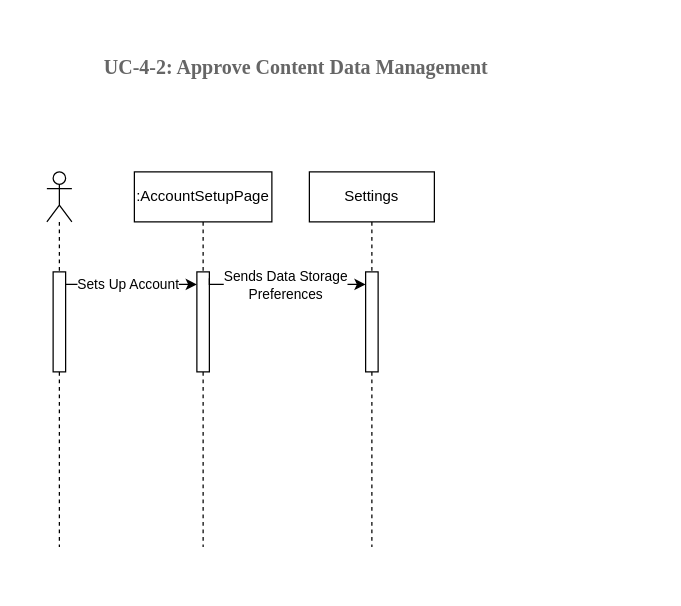
This is SENG 321/SQD4-2.drawio from amirabdullahi1/gold, a draw.io file, before an edit. Source tidied: cells renumbered, new cells numbered last; positions are measured from the earlier drawing's top-left corner, leaving out a move shared by most shapes. Both pictures are drawn from the tidied source at 125%, with x=0, y=0 at pixel (21, 21).
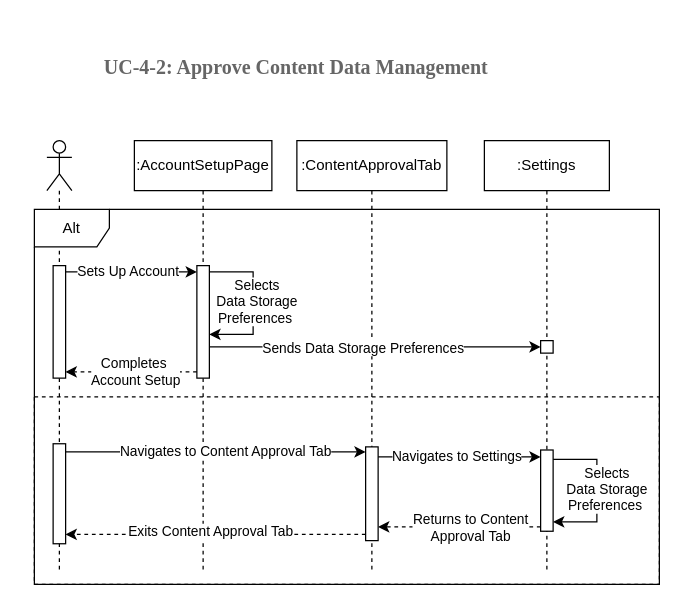
Above is the later version.

What changed in the source:
```diff
@@
+    <mxCell id="13" style="swimlane;startSize=0;dashed=1;" parent="1" vertex="1">
+      <mxGeometry x="10" y="300" width="500" height="150" as="geometry" />
+    </mxCell>
+    <mxCell id="14" value=":ContentApprovalTab" style="shape=umlLifeline;perimeter=lifelinePerimeter;whiteSpace=wrap;html=1;newEdgeStyle={&quot;edgeStyle&quot;:&quot;elbowEdgeStyle&quot;,&quot;elbow&quot;:&quot;vertical&quot;,&quot;curved&quot;:0,&quot;rounded&quot;:0};" parent="1" vertex="1">
+      <mxGeometry x="220" y="95" width="120" height="345" as="geometry" />
+    </mxCell>
+    <mxCell id="15" style="html=1;points=[[0,0,0,0,5],[0,1,0,0,-5],[1,0,0,0,5],[1,1,0,0,-5]];perimeter=orthogonalPerimeter;outlineConnect=0;targetShapes=umlLifeline;portConstraint=eastwest;newEdgeStyle={&quot;curved&quot;:0,&quot;rounded&quot;:0};" parent="14" vertex="1">
+      <mxGeometry x="55" y="245" width="10" height="75" as="geometry" />
+    </mxCell>
     <mxCell id="2" value=":AccountSetupPage" style="shape=umlLifeline;perimeter=lifelinePerimeter;whiteSpace=wrap;html=1;newEdgeStyle={&quot;edgeStyle&quot;:&quot;elbowEdgeStyle&quot;,&quot;elbow&quot;:&quot;vertical&quot;,&quot;curved&quot;:0,&quot;rounded&quot;:0};" parent="1" vertex="1">
-      <mxGeometry x="90" y="120" width="110" height="300" as="geometry" />
+      <mxGeometry x="90" y="95" width="110" height="345" as="geometry" />
     </mxCell>
     <mxCell id="3" style="html=1;points=[[0,0,0,0,5],[0,1,0,0,-5],[1,0,0,0,5],[1,1,0,0,-5]];perimeter=orthogonalPerimeter;outlineConnect=0;targetShapes=umlLifeline;portConstraint=eastwest;newEdgeStyle={&quot;curved&quot;:0,&quot;rounded&quot;:0};" parent="2" vertex="1">
-      <mxGeometry x="50" y="80" width="10" height="80" as="geometry" />
+      <mxGeometry x="50" y="100" width="10" height="90" as="geometry" />
     </mxCell>
-    <mxCell id="4" value="Settings" style="shape=umlLifeline;perimeter=lifelinePerimeter;whiteSpace=wrap;html=1;newEdgeStyle={&quot;edgeStyle&quot;:&quot;elbowEdgeStyle&quot;,&quot;elbow&quot;:&quot;vertical&quot;,&quot;curved&quot;:0,&quot;rounded&quot;:0};" parent="1" vertex="1">
-      <mxGeometry x="230" y="120" width="100" height="300" as="geometry" />
+    <mxCell id="4" value=":Settings" style="shape=umlLifeline;perimeter=lifelinePerimeter;whiteSpace=wrap;html=1;newEdgeStyle={&quot;edgeStyle&quot;:&quot;elbowEdgeStyle&quot;,&quot;elbow&quot;:&quot;vertical&quot;,&quot;curved&quot;:0,&quot;rounded&quot;:0};" parent="1" vertex="1">
+      <mxGeometry x="370" y="95" width="100" height="345" as="geometry" />
     </mxCell>
     <mxCell id="5" style="html=1;points=[[0,0,0,0,5],[0,1,0,0,-5],[1,0,0,0,5],[1,1,0,0,-5]];perimeter=orthogonalPerimeter;outlineConnect=0;targetShapes=umlLifeline;portConstraint=eastwest;newEdgeStyle={&quot;curved&quot;:0,&quot;rounded&quot;:0};" parent="4" vertex="1">
-      <mxGeometry x="45" y="80" width="10" height="80" as="geometry" />
+      <mxGeometry x="45" y="160" width="10" height="10" as="geometry" />
     </mxCell>
+    <mxCell id="16" style="html=1;perimeter=orthogonalPerimeter;targetShapes=umlLifeline;newEdgeStyle={&quot;curved&quot;:0,&quot;rounded&quot;:0};" parent="4" vertex="1">
+      <mxGeometry x="45" y="247.5" width="10" height="65" as="geometry" />
+    </mxCell>
     <mxCell id="6" style="shape=umlLifeline;perimeter=lifelinePerimeter;whiteSpace=wrap;html=1;newEdgeStyle={&quot;curved&quot;:0,&quot;rounded&quot;:0};participant=umlActor;" parent="1" vertex="1">
-      <mxGeometry x="20" y="120" width="20" height="300" as="geometry" />
+      <mxGeometry x="20" y="95" width="20" height="345" as="geometry" />
     </mxCell>
     <mxCell id="7" style="html=1;points=[[0,0,0,0,5],[0,1,0,0,-5],[1,0,0,0,5],[1,1,0,0,-5]];perimeter=orthogonalPerimeter;outlineConnect=0;targetShapes=umlLifeline;portConstraint=eastwest;newEdgeStyle={&quot;curved&quot;:0,&quot;rounded&quot;:0};" parent="6" vertex="1">
-      <mxGeometry x="5" y="80" width="10" height="80" as="geometry" />
+      <mxGeometry x="5" y="100" width="10" height="90" as="geometry" />
     </mxCell>
+    <mxCell id="17" style="html=1;points=[[0,0,0,0,5],[0,1,0,0,-5],[1,0,0,0,5],[1,1,0,0,-5]];perimeter=orthogonalPerimeter;outlineConnect=0;targetShapes=umlLifeline;portConstraint=eastwest;newEdgeStyle={&quot;curved&quot;:0,&quot;rounded&quot;:0};" parent="6" vertex="1">
+      <mxGeometry x="5" y="242.5" width="10" height="80" as="geometry" />
+    </mxCell>
@@
     <mxCell id="9" style="edgeStyle=orthogonalEdgeStyle;rounded=0;jettySize=auto;html=1;curved=0;" parent="1" edge="1" source="7" target="3">
       <mxGeometry relative="1" as="geometry">
         <Array as="points">
-          <mxPoint x="90" y="210" />
-          <mxPoint x="90" y="210" />
+          <mxPoint x="90" y="200" />
+          <mxPoint x="90" y="200" />
         </Array>
       </mxGeometry>
     </mxCell>
@@
-    <mxCell id="11" style="edgeStyle=orthogonalEdgeStyle;rounded=0;jettySize=auto;html=1;curved=0;exitX=1;exitY=0;exitDx=0;exitDy=5;exitPerimeter=0;" parent="1" edge="1" source="3" target="5">
+    <mxCell id="11" style="edgeStyle=orthogonalEdgeStyle;rounded=0;jettySize=auto;html=1;curved=0;" parent="1" edge="1" source="3" target="5">
       <mxGeometry relative="1" as="geometry">
         <Array as="points">
-          <mxPoint x="150" y="210" />
+          <mxPoint x="280" y="260" />
+          <mxPoint x="280" y="260" />
         </Array>
       </mxGeometry>
     </mxCell>
-    <mxCell id="12" value="Sends Data Storage&lt;div&gt;Preferences&lt;/div&gt;" style="edgeLabel;html=1;align=center;verticalAlign=middle;" parent="11" vertex="1">
+    <mxCell id="12" value="Sends Data Storage Preferences" style="edgeLabel;html=1;align=center;verticalAlign=middle;" parent="11" vertex="1">
       <mxGeometry x="-0.2" relative="1" as="geometry">
-        <mxPoint x="13" as="offset" />
+        <mxPoint x="16" as="offset" />
       </mxGeometry>
     </mxCell>
+    <mxCell id="18" style="edgeStyle=orthogonalEdgeStyle;rounded=0;jettySize=auto;html=1;curved=0;dashed=1;" parent="1" edge="1" source="3" target="7">
+      <mxGeometry relative="1" as="geometry">
+        <Array as="points">
+          <mxPoint x="90" y="280" />
+          <mxPoint x="90" y="280" />
+        </Array>
+      </mxGeometry>
+    </mxCell>
+    <mxCell id="19" value="Completes&amp;nbsp;&lt;div&gt;Account Setup&lt;/div&gt;" style="edgeLabel;html=1;align=center;verticalAlign=middle;" parent="18" vertex="1">
+      <mxGeometry x="0.04" y="-1" relative="1" as="geometry">
+        <mxPoint x="5" as="offset" />
+      </mxGeometry>
+    </mxCell>
+    <mxCell id="20" style="edgeStyle=orthogonalEdgeStyle;rounded=0;orthogonalLoop=1;jettySize=auto;html=1;curved=0;" parent="1" edge="1">
+      <mxGeometry relative="1" as="geometry">
+        <mxPoint x="35" y="344" as="sourcePoint" />
+        <mxPoint x="275" y="344" as="targetPoint" />
+        <Array as="points">
+          <mxPoint x="160" y="344" />
+          <mxPoint x="160" y="344" />
+        </Array>
+      </mxGeometry>
+    </mxCell>
+    <mxCell id="21" value="Navigates to Content Approval Tab" style="edgeLabel;html=1;align=center;verticalAlign=middle;" parent="20" vertex="1">
+      <mxGeometry x="0.06" y="1" relative="1" as="geometry" />
+    </mxCell>
+    <mxCell id="22" style="edgeStyle=orthogonalEdgeStyle;rounded=0;orthogonalLoop=1;jettySize=auto;html=1;curved=0;" parent="1" edge="1">
+      <mxGeometry relative="1" as="geometry">
+        <mxPoint x="425" y="350" as="sourcePoint" />
+        <mxPoint x="425" y="400" as="targetPoint" />
+        <Array as="points">
+          <mxPoint x="460" y="350" />
+          <mxPoint x="460" y="400" />
+        </Array>
+      </mxGeometry>
+    </mxCell>
+    <mxCell id="23" value="Selects&lt;div&gt;Data Storage&lt;/div&gt;&lt;div&gt;Preferences&amp;nbsp;&lt;/div&gt;" style="edgeLabel;html=1;align=center;verticalAlign=middle;" parent="22" vertex="1">
+      <mxGeometry x="0.04" y="1" relative="1" as="geometry">
+        <mxPoint x="6" y="-4" as="offset" />
+      </mxGeometry>
+    </mxCell>
+    <mxCell id="24" style="edgeStyle=orthogonalEdgeStyle;rounded=0;orthogonalLoop=1;jettySize=auto;html=1;curved=0;" parent="1" edge="1">
+      <mxGeometry relative="1" as="geometry">
+        <mxPoint x="285" y="348" as="sourcePoint" />
+        <mxPoint x="415" y="348" as="targetPoint" />
+        <Array as="points">
+          <mxPoint x="350" y="348" />
+          <mxPoint x="350" y="348" />
+        </Array>
+      </mxGeometry>
+    </mxCell>
+    <mxCell id="25" value="Navigates to Settings" style="edgeLabel;html=1;align=center;verticalAlign=middle;" parent="24" vertex="1">
+      <mxGeometry x="-0.4" y="3" relative="1" as="geometry">
+        <mxPoint x="23" y="2" as="offset" />
+      </mxGeometry>
+    </mxCell>
+    <mxCell id="26" style="edgeStyle=orthogonalEdgeStyle;rounded=0;orthogonalLoop=1;jettySize=auto;html=1;curved=0;" parent="1" edge="1">
+      <mxGeometry relative="1" as="geometry">
+        <mxPoint x="150" y="200" as="sourcePoint" />
+        <mxPoint x="150" y="250" as="targetPoint" />
+        <Array as="points">
+          <mxPoint x="185" y="200" />
+          <mxPoint x="185" y="250" />
+        </Array>
+      </mxGeometry>
+    </mxCell>
+    <mxCell id="27" value="Selects&lt;div&gt;Data Storage&lt;/div&gt;&lt;div&gt;Preferences&amp;nbsp;&lt;/div&gt;" style="edgeLabel;html=1;align=center;verticalAlign=middle;" parent="26" vertex="1">
+      <mxGeometry x="0.04" y="1" relative="1" as="geometry">
+        <mxPoint x="1" y="-4" as="offset" />
+      </mxGeometry>
+    </mxCell>
+    <mxCell id="28" style="edgeStyle=orthogonalEdgeStyle;rounded=0;orthogonalLoop=1;jettySize=auto;html=1;curved=0;dashed=1;" parent="1" edge="1">
+      <mxGeometry relative="1" as="geometry">
+        <mxPoint x="415" y="404" as="sourcePoint" />
+        <mxPoint x="285" y="404" as="targetPoint" />
+        <Array as="points">
+          <mxPoint x="350" y="404" />
+          <mxPoint x="350" y="404" />
+        </Array>
+      </mxGeometry>
+    </mxCell>
+    <mxCell id="29" value="Returns to Content&lt;div&gt;Approval Tab&lt;/div&gt;" style="edgeLabel;html=1;align=center;verticalAlign=middle;" parent="28" vertex="1">
+      <mxGeometry x="0.21" relative="1" as="geometry">
+        <mxPoint x="22" as="offset" />
+      </mxGeometry>
+    </mxCell>
+    <mxCell id="30" style="edgeStyle=orthogonalEdgeStyle;rounded=0;jettySize=auto;html=1;curved=0;dashed=1;" parent="1" edge="1" source="15" target="17">
+      <mxGeometry relative="1" as="geometry">
+        <Array as="points">
+          <mxPoint x="160" y="410" />
+          <mxPoint x="160" y="410" />
+        </Array>
+      </mxGeometry>
+    </mxCell>
+    <mxCell id="31" value="Exits Content Approval Tab" style="edgeLabel;html=1;align=center;verticalAlign=middle;" parent="30" vertex="1">
+      <mxGeometry x="-0.19" y="1" relative="1" as="geometry">
+        <mxPoint x="-28" y="-4" as="offset" />
+      </mxGeometry>
+    </mxCell>
+    <mxCell id="32" value="Alt" style="shape=umlFrame;whiteSpace=wrap;html=1;" parent="1" vertex="1">
+      <mxGeometry x="10" y="150" width="500" height="300" as="geometry" />
+    </mxCell>
```
